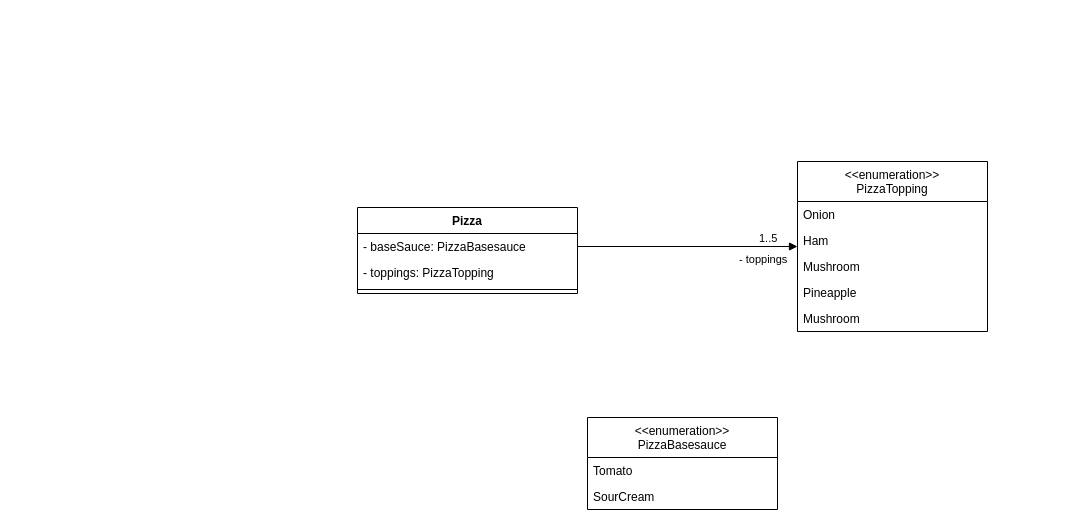
The draw.io diagram class_diagram.drawio in Holiver98/PizzaApp, before the edit. Source tidied: cells renumbered, new cells numbered last; positions are measured from the earlier drawing's top-left corner, leaving out a move shared by most shapes. Both pictures are drawn from the tidied source at 100%, with x=0, y=0 at pixel (357, 161).
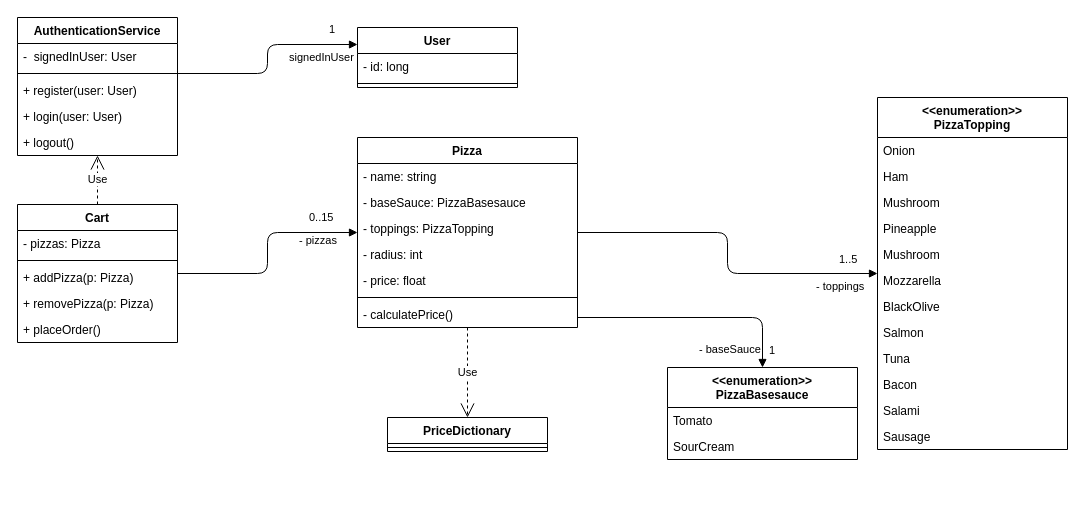
Above is the later version.

Commit message (it also covers changes not shown here):
osztály diagram félig kész

Change to the diagram source:
```diff
@@
-    <mxCell id="2" value="Pizza" style="swimlane;fontStyle=1;align=center;verticalAlign=top;horizontal=1;startSize=26;" parent="1" vertex="1">
-      <mxGeometry y="46" width="220" height="86" as="geometry" />
-    </mxCell>
-    <mxCell id="3" value="- baseSauce: PizzaBasesauce" style="text;strokeColor=none;fillColor=none;align=left;verticalAlign=top;spacingLeft=4;spacingRight=4;overflow=hidden;points=[[0,0.5],[1,0.5]];portConstraint=eastwest;" parent="2" vertex="1">
-      <mxGeometry y="26" width="220" height="26" as="geometry" />
-    </mxCell>
-    <mxCell id="4" value="- toppings: PizzaTopping" style="text;strokeColor=none;fillColor=none;align=left;verticalAlign=top;spacingLeft=4;spacingRight=4;overflow=hidden;" parent="2" vertex="1">
-      <mxGeometry y="52" width="220" height="26" as="geometry" />
-    </mxCell>
-    <mxCell id="5" style="line;strokeWidth=1;fillColor=none;align=left;verticalAlign=middle;spacingTop=-1;spacingLeft=3;spacingRight=3;labelPosition=right;" parent="2" vertex="1">
-      <mxGeometry y="78" width="220" height="8" as="geometry" />
-    </mxCell>
-    <mxCell id="6" value="- toppings" style="endArrow=block;endFill=1;html=1;edgeStyle=orthogonalEdgeStyle;align=left;verticalAlign=top;exitX=1;exitY=0.5;exitDx=0;exitDy=0;" parent="1" edge="1" source="3" target="8">
-      <mxGeometry x="0.45" relative="1" as="geometry" />
-    </mxCell>
-    <mxCell id="7" value="1..5" style="edgeLabel;html=1;align=left;verticalAlign=bottom;" parent="6" vertex="1">
-      <mxGeometry x="-1" relative="1" as="geometry">
-        <mxPoint x="180" as="offset" />
-      </mxGeometry>
-    </mxCell>
-    <mxCell id="8" value="&lt;&lt;enumeration&gt;&gt;&#10;PizzaTopping" style="swimlane;fontStyle=0;horizontal=1;startSize=40;fillColor=none;" parent="1" vertex="1">
-      <mxGeometry x="440" width="190" height="170" as="geometry" />
+    <mxCell id="8" value="&lt;&lt;enumeration&gt;&gt;&#10;PizzaTopping" style="swimlane;fontStyle=1;horizontal=1;startSize=40;fillColor=none;" parent="1" vertex="1">
+      <mxGeometry x="520" y="-64" width="190" height="352" as="geometry" />
     </mxCell>
@@
+    <mxCell id="17" value="Mozzarella" style="text;strokeColor=none;fillColor=none;align=left;verticalAlign=top;spacingLeft=4;spacingRight=4;overflow=hidden;" parent="8" vertex="1">
+      <mxGeometry y="170" width="190" height="26" as="geometry" />
+    </mxCell>
+    <mxCell id="18" value="BlackOlive" style="text;strokeColor=none;fillColor=none;align=left;verticalAlign=top;spacingLeft=4;spacingRight=4;overflow=hidden;" parent="8" vertex="1">
+      <mxGeometry y="196" width="190" height="26" as="geometry" />
+    </mxCell>
+    <mxCell id="19" value="Salmon" style="text;strokeColor=none;fillColor=none;align=left;verticalAlign=top;spacingLeft=4;spacingRight=4;overflow=hidden;" parent="8" vertex="1">
+      <mxGeometry y="222" width="190" height="26" as="geometry" />
+    </mxCell>
+    <mxCell id="20" value="Tuna" style="text;strokeColor=none;fillColor=none;align=left;verticalAlign=top;spacingLeft=4;spacingRight=4;overflow=hidden;" parent="8" vertex="1">
+      <mxGeometry y="248" width="190" height="26" as="geometry" />
+    </mxCell>
+    <mxCell id="21" value="Bacon" style="text;strokeColor=none;fillColor=none;align=left;verticalAlign=top;spacingLeft=4;spacingRight=4;overflow=hidden;" parent="8" vertex="1">
+      <mxGeometry y="274" width="190" height="26" as="geometry" />
+    </mxCell>
+    <mxCell id="22" value="Salami" style="text;strokeColor=none;fillColor=none;align=left;verticalAlign=top;spacingLeft=4;spacingRight=4;overflow=hidden;" parent="8" vertex="1">
+      <mxGeometry y="300" width="190" height="26" as="geometry" />
+    </mxCell>
+    <mxCell id="23" value="Sausage" style="text;strokeColor=none;fillColor=none;align=left;verticalAlign=top;spacingLeft=4;spacingRight=4;overflow=hidden;" parent="8" vertex="1">
+      <mxGeometry y="326" width="190" height="26" as="geometry" />
+    </mxCell>
+    <mxCell id="6" value="- toppings" style="endArrow=block;endFill=1;html=1;edgeStyle=orthogonalEdgeStyle;align=left;verticalAlign=top;" parent="1" edge="1" source="2" target="8">
+      <mxGeometry x="0.63" relative="1" as="geometry" />
+    </mxCell>
+    <mxCell id="7" value="1..5" style="edgeLabel;html=1;align=left;verticalAlign=bottom;" parent="6" vertex="1">
+      <mxGeometry x="-1" relative="1" as="geometry">
+        <mxPoint x="260" y="35" as="offset" />
+      </mxGeometry>
+    </mxCell>
+    <mxCell id="24" value="- baseSauce" style="endArrow=block;endFill=1;html=1;edgeStyle=orthogonalEdgeStyle;align=left;verticalAlign=top;" parent="1" edge="1" source="2" target="14">
+      <mxGeometry x="0.74" y="-65" relative="1" as="geometry">
+        <Array as="points">
+          <mxPoint x="110" y="156" />
+          <mxPoint x="405" y="156" />
+        </Array>
+      </mxGeometry>
+    </mxCell>
+    <mxCell id="25" value="1" style="edgeLabel;html=1;align=left;verticalAlign=bottom;" parent="24" vertex="1">
+      <mxGeometry x="-1" relative="1" as="geometry">
+        <mxPoint x="190" y="41" as="offset" />
+      </mxGeometry>
+    </mxCell>
+    <mxCell id="26" value="- pizzas" style="endArrow=block;endFill=1;html=1;edgeStyle=orthogonalEdgeStyle;align=left;verticalAlign=top;" parent="1" edge="1" source="47" target="2">
+      <mxGeometry x="0.46" y="5" relative="1" as="geometry" />
+    </mxCell>
+    <mxCell id="27" value="0..15" style="edgeLabel;html=1;align=left;verticalAlign=bottom;" parent="26" vertex="1">
+      <mxGeometry x="-1" relative="1" as="geometry">
+        <mxPoint x="130" y="-48" as="offset" />
+      </mxGeometry>
+    </mxCell>
+    <mxCell id="28" value="AuthenticationService" style="swimlane;fontStyle=1;align=center;verticalAlign=top;horizontal=1;startSize=26;" parent="1" vertex="1">
+      <mxGeometry x="-340" y="-144" width="160" height="138" as="geometry" />
+    </mxCell>
+    <mxCell id="29" value="-  signedInUser: User" style="text;strokeColor=none;fillColor=none;align=left;verticalAlign=top;spacingLeft=4;spacingRight=4;overflow=hidden;" parent="28" vertex="1">
+      <mxGeometry y="26" width="160" height="26" as="geometry" />
+    </mxCell>
+    <mxCell id="30" style="line;strokeWidth=1;fillColor=none;align=left;verticalAlign=middle;spacingTop=-1;spacingLeft=3;spacingRight=3;labelPosition=right;" parent="28" vertex="1">
+      <mxGeometry y="52" width="160" height="8" as="geometry" />
+    </mxCell>
+    <mxCell id="31" value="+ register(user: User)" style="text;strokeColor=none;fillColor=none;align=left;verticalAlign=top;spacingLeft=4;spacingRight=4;overflow=hidden;" parent="28" vertex="1">
+      <mxGeometry y="60" width="160" height="26" as="geometry" />
+    </mxCell>
+    <mxCell id="32" value="+ login(user: User)" style="text;strokeColor=none;fillColor=none;align=left;verticalAlign=top;spacingLeft=4;spacingRight=4;overflow=hidden;" parent="28" vertex="1">
+      <mxGeometry y="86" width="160" height="26" as="geometry" />
+    </mxCell>
+    <mxCell id="33" value="+ logout()" style="text;strokeColor=none;fillColor=none;align=left;verticalAlign=top;spacingLeft=4;spacingRight=4;overflow=hidden;" parent="28" vertex="1">
+      <mxGeometry y="112" width="160" height="26" as="geometry" />
+    </mxCell>
+    <mxCell id="34" value="Use" style="endArrow=open;endSize=12;dashed=1;html=1;" parent="1" edge="1" source="47" target="28">
+      <mxGeometry relative="1" as="geometry" />
+    </mxCell>
+    <mxCell id="35" value="signedInUser" style="endArrow=block;endFill=1;html=1;edgeStyle=orthogonalEdgeStyle;align=left;verticalAlign=top;" parent="1" edge="1" source="28" target="37">
+      <mxGeometry x="0.33" relative="1" as="geometry">
+        <Array as="points">
+          <mxPoint x="-90" y="-88" />
+          <mxPoint x="-90" y="-117" />
+        </Array>
+      </mxGeometry>
+    </mxCell>
+    <mxCell id="36" value="1" style="edgeLabel;html=1;align=left;verticalAlign=bottom;" parent="35" vertex="1">
+      <mxGeometry x="-1" relative="1" as="geometry">
+        <mxPoint x="150" y="-36" as="offset" />
+      </mxGeometry>
+    </mxCell>
+    <mxCell id="37" value="User" style="swimlane;fontStyle=1;align=center;verticalAlign=top;horizontal=1;startSize=26;" parent="1" vertex="1">
+      <mxGeometry y="-134" width="160" height="60" as="geometry" />
+    </mxCell>
+    <mxCell id="38" value="- id: long" style="text;strokeColor=none;fillColor=none;align=left;verticalAlign=top;spacingLeft=4;spacingRight=4;overflow=hidden;" parent="37" vertex="1">
+      <mxGeometry y="26" width="160" height="26" as="geometry" />
+    </mxCell>
+    <mxCell id="39" style="line;strokeWidth=1;fillColor=none;align=left;verticalAlign=middle;spacingTop=-1;spacingLeft=3;spacingRight=3;labelPosition=right;" parent="37" vertex="1">
+      <mxGeometry y="52" width="160" height="8" as="geometry" />
+    </mxCell>
-    <mxCell id="14" value="&lt;&lt;enumeration&gt;&gt;&#10;PizzaBasesauce" style="swimlane;fontStyle=0;horizontal=1;startSize=40;fillColor=none;" parent="1" vertex="1">
-      <mxGeometry x="230" y="256" width="190" height="92" as="geometry" />
+    <mxCell id="14" value="&lt;&lt;enumeration&gt;&gt;&#10;PizzaBasesauce" style="swimlane;fontStyle=1;horizontal=1;startSize=40;fillColor=none;" parent="1" vertex="1">
+      <mxGeometry x="310" y="206" width="190" height="92" as="geometry" />
     </mxCell>
@@
+    <mxCell id="2" value="Pizza" style="swimlane;fontStyle=1;align=center;verticalAlign=top;horizontal=1;startSize=26;" parent="1" vertex="1">
+      <mxGeometry y="-24" width="220" height="190" as="geometry" />
+    </mxCell>
+    <mxCell id="40" value="- name: string" style="text;strokeColor=none;fillColor=none;align=left;verticalAlign=top;spacingLeft=4;spacingRight=4;overflow=hidden;" parent="2" vertex="1">
+      <mxGeometry y="26" width="220" height="26" as="geometry" />
+    </mxCell>
+    <mxCell id="3" value="- baseSauce: PizzaBasesauce" style="text;strokeColor=none;fillColor=none;align=left;verticalAlign=top;spacingLeft=4;spacingRight=4;overflow=hidden;points=[[0,0.5],[1,0.5]];portConstraint=eastwest;" parent="2" vertex="1">
+      <mxGeometry y="52" width="220" height="26" as="geometry" />
+    </mxCell>
+    <mxCell id="4" value="- toppings: PizzaTopping" style="text;strokeColor=none;fillColor=none;align=left;verticalAlign=top;spacingLeft=4;spacingRight=4;overflow=hidden;" parent="2" vertex="1">
+      <mxGeometry y="78" width="220" height="26" as="geometry" />
+    </mxCell>
+    <mxCell id="41" value="- radius: int" style="text;strokeColor=none;fillColor=none;align=left;verticalAlign=top;spacingLeft=4;spacingRight=4;overflow=hidden;" parent="2" vertex="1">
+      <mxGeometry y="104" width="220" height="26" as="geometry" />
+    </mxCell>
+    <mxCell id="42" value="- price: float" style="text;strokeColor=none;fillColor=none;align=left;verticalAlign=top;spacingLeft=4;spacingRight=4;overflow=hidden;" parent="2" vertex="1">
+      <mxGeometry y="130" width="220" height="26" as="geometry" />
+    </mxCell>
+    <mxCell id="5" style="line;strokeWidth=1;fillColor=none;align=left;verticalAlign=middle;spacingTop=-1;spacingLeft=3;spacingRight=3;labelPosition=right;" parent="2" vertex="1">
+      <mxGeometry y="156" width="220" height="8" as="geometry" />
+    </mxCell>
+    <mxCell id="43" value="- calculatePrice()" style="text;strokeColor=none;fillColor=none;align=left;verticalAlign=top;spacingLeft=4;spacingRight=4;overflow=hidden;" parent="2" vertex="1">
+      <mxGeometry y="164" width="220" height="26" as="geometry" />
+    </mxCell>
+    <mxCell id="44" value="PriceDictionary" style="swimlane;fontStyle=1;align=center;verticalAlign=top;horizontal=1;startSize=26;" parent="1" vertex="1">
+      <mxGeometry x="30" y="256" width="160" height="34" as="geometry" />
+    </mxCell>
+    <mxCell id="45" style="line;strokeWidth=1;fillColor=none;align=left;verticalAlign=middle;spacingTop=-1;spacingLeft=3;spacingRight=3;labelPosition=right;" parent="44" vertex="1">
+      <mxGeometry y="26" width="160" height="8" as="geometry" />
+    </mxCell>
+    <mxCell id="46" value="Use" style="endArrow=open;endSize=12;dashed=1;html=1;" parent="1" edge="1" source="2" target="44">
+      <mxGeometry relative="1" as="geometry" />
+    </mxCell>
+    <mxCell id="47" value="Cart" style="swimlane;fontStyle=1;align=center;verticalAlign=top;horizontal=1;startSize=26;" parent="1" vertex="1">
+      <mxGeometry x="-340" y="43" width="160" height="138" as="geometry" />
+    </mxCell>
+    <mxCell id="48" value="- pizzas: Pizza" style="text;strokeColor=none;fillColor=none;align=left;verticalAlign=top;spacingLeft=4;spacingRight=4;overflow=hidden;" parent="47" vertex="1">
+      <mxGeometry y="26" width="160" height="26" as="geometry" />
+    </mxCell>
+    <mxCell id="49" style="line;strokeWidth=1;fillColor=none;align=left;verticalAlign=middle;spacingTop=-1;spacingLeft=3;spacingRight=3;labelPosition=right;" parent="47" vertex="1">
+      <mxGeometry y="52" width="160" height="8" as="geometry" />
+    </mxCell>
+    <mxCell id="50" value="+ addPizza(p: Pizza)" style="text;strokeColor=none;fillColor=none;align=left;verticalAlign=top;spacingLeft=4;spacingRight=4;overflow=hidden;" parent="47" vertex="1">
+      <mxGeometry y="60" width="160" height="26" as="geometry" />
+    </mxCell>
+    <mxCell id="51" value="+ removePizza(p: Pizza)" style="text;strokeColor=none;fillColor=none;align=left;verticalAlign=top;spacingLeft=4;spacingRight=4;overflow=hidden;" parent="47" vertex="1">
+      <mxGeometry y="86" width="160" height="26" as="geometry" />
+    </mxCell>
+    <mxCell id="52" value="+ placeOrder()" style="text;strokeColor=none;fillColor=none;align=left;verticalAlign=top;spacingLeft=4;spacingRight=4;overflow=hidden;" parent="47" vertex="1">
+      <mxGeometry y="112" width="160" height="26" as="geometry" />
+    </mxCell>
```
